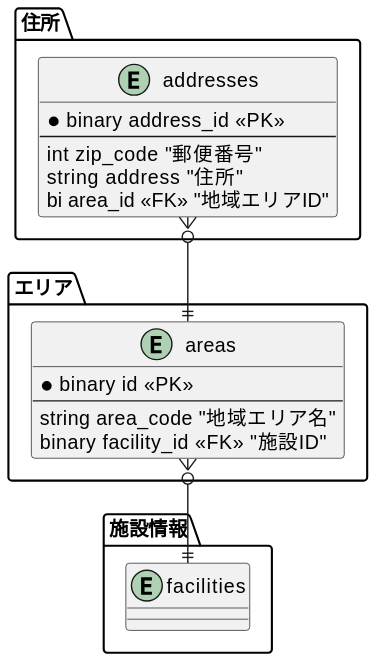
Before: src/diagrams-svg/ER/tables/addresses.svg, a diagram exported from PlantUML (Fukuemon/buddy_design_docs).
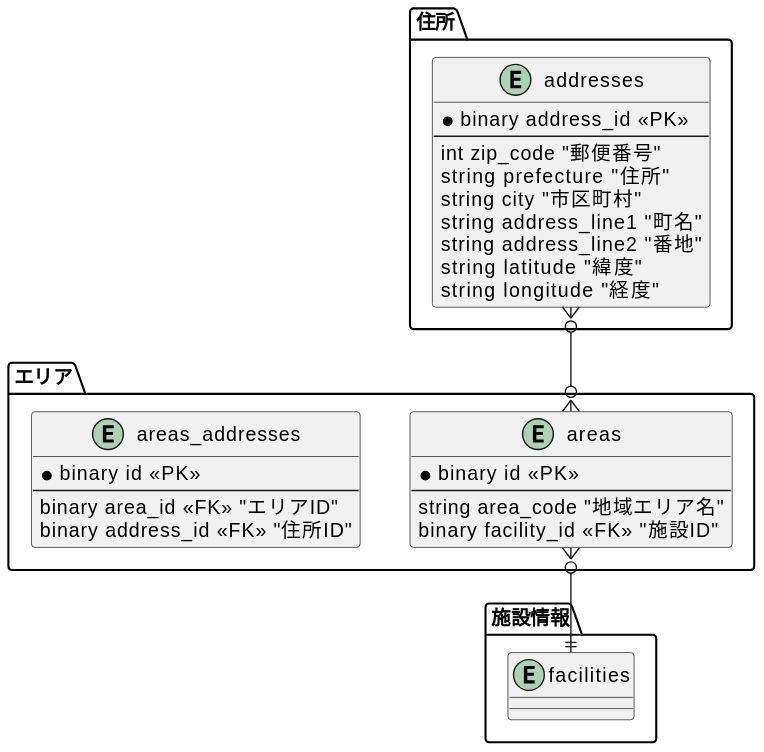
The same file after the commit.

What changed in the source:
```diff
@@ -10,8 +10,12 @@
     * binary address_id <<PK>>
     --
     int zip_code "郵便番号"
-    string address "住所"
-    bi area_id <<FK>> "地域エリアID"
+    string prefecture "住所"
+    string city "市区町村"
+    string address_line1 "町名"
+    string address_line2 "番地"
+    string latitude "緯度"
+    string longitude "経度"
   }
 }
 
@@ -22,8 +26,15 @@
     string area_code "地域エリア名"
     binary facility_id <<FK>> "施設ID"
   }
+
+  entity areas_addresses {
+    * binary id <<PK>>
+    --
+    binary area_id <<FK>> "エリアID"
+    binary address_id <<FK>> "住所ID"
+  }
 }
 
-addresses }o--|| areas
+addresses }o--o{ areas
 areas }o--|| facilities
 @enduml
```
